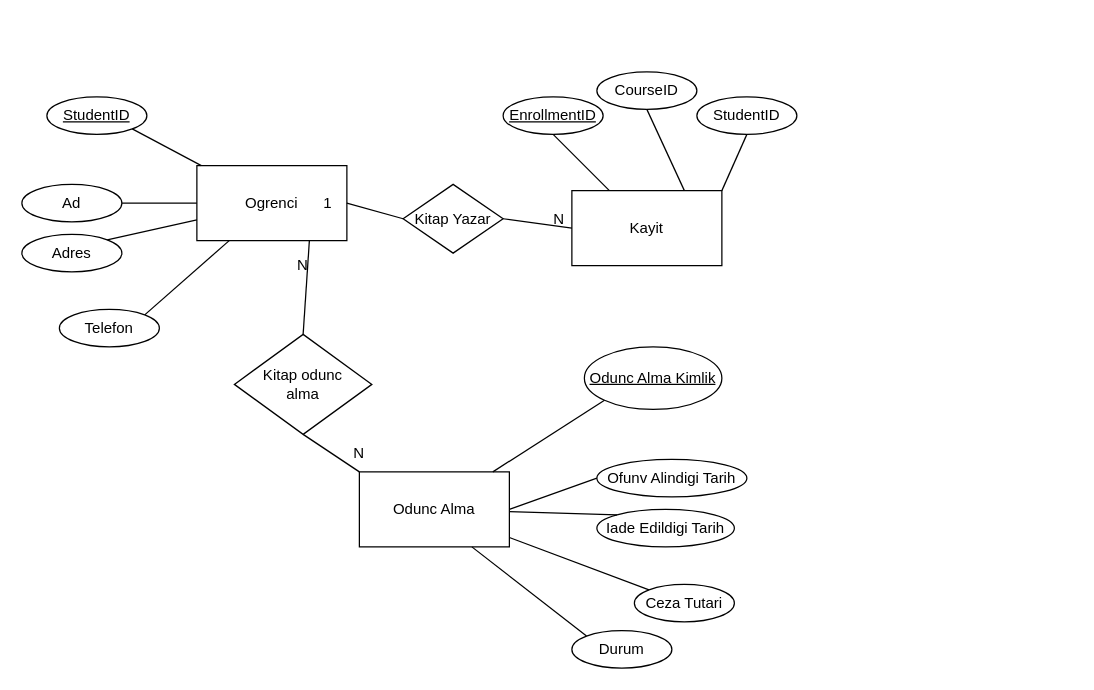
Earlier version of the draw.io diagram LapWeek5/Soru2.drawio (MOHAMMEDALMASHHOR/Yazilim_Tasarim_ve_Mimarisi). Source tidied: cells renumbered, new cells numbered last; positions are measured from the earlier drawing's top-left corner, leaving out a move shared by most shapes. Both pictures are drawn from the tidied source at 125%, with x=0, y=0 at pixel (21, 71).
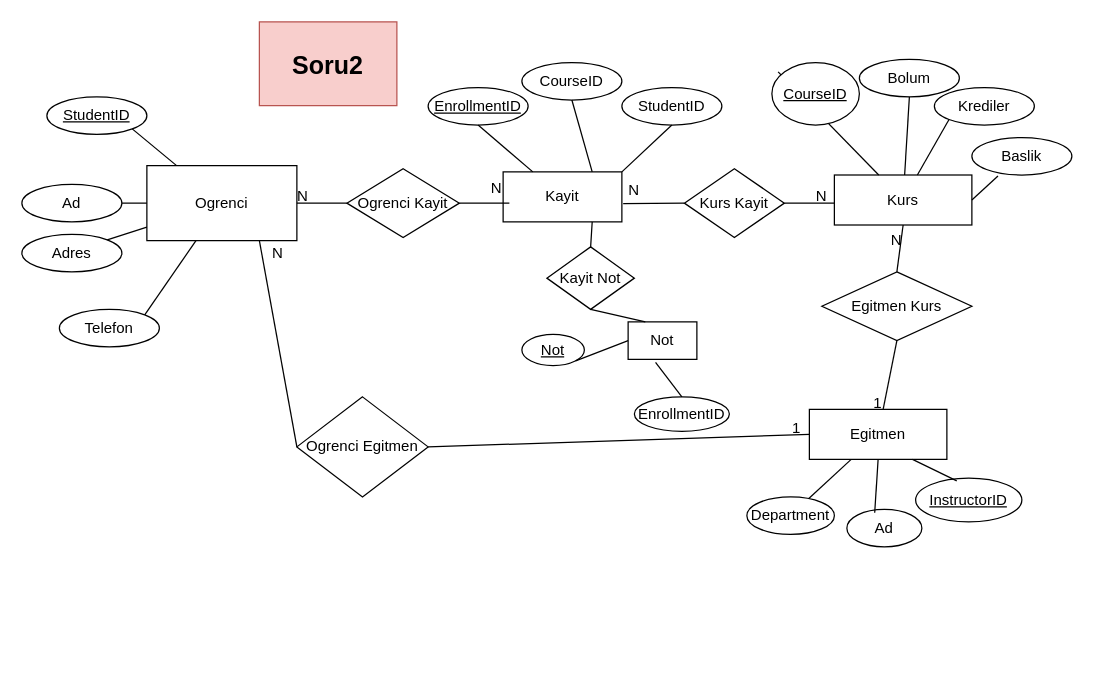
After the change.

What changed in the source:
```diff
@@
     <mxCell id="2" value="&lt;u&gt;EnrollmentID&lt;/u&gt;" style="ellipse;whiteSpace=wrap;html=1;" parent="1" vertex="1">
-      <mxGeometry x="385" y="20" width="80" height="30" as="geometry" />
+      <mxGeometry x="325" y="12.5" width="80" height="30" as="geometry" />
     </mxCell>
     <mxCell id="3" value="Ogrenci" style="rounded=0;whiteSpace=wrap;html=1;" parent="1" vertex="1">
-      <mxGeometry x="140" y="75" width="120" height="60" as="geometry" />
+      <mxGeometry x="100" y="75" width="120" height="60" as="geometry" />
     </mxCell>
     <mxCell id="4" value="Kayit" style="rounded=0;whiteSpace=wrap;html=1;" parent="1" vertex="1">
-      <mxGeometry x="440" y="95" width="120" height="60" as="geometry" />
+      <mxGeometry x="385" y="80" width="95" height="40" as="geometry" />
     </mxCell>
@@
     <mxCell id="9" value="CourseID" style="ellipse;whiteSpace=wrap;html=1;" parent="1" vertex="1">
-      <mxGeometry x="460" width="80" height="30" as="geometry" />
+      <mxGeometry x="400" y="-7.5" width="80" height="30" as="geometry" />
     </mxCell>
@@
-    <mxCell id="14" value="Odunc Alma" style="rounded=0;whiteSpace=wrap;html=1;flipV=1;flipH=1;" parent="1" vertex="1">
-      <mxGeometry x="270" y="320" width="120" height="60" as="geometry" />
+    <mxCell id="14" value="Kurs" style="rounded=0;whiteSpace=wrap;html=1;flipV=1;flipH=1;" parent="1" vertex="1">
+      <mxGeometry x="650" y="82.5" width="110" height="40" as="geometry" />
     </mxCell>
-    <mxCell id="15" value="Iade Edildigi Tarih" style="ellipse;whiteSpace=wrap;html=1;flipV=1;flipH=1;" parent="1" vertex="1">
-      <mxGeometry x="460" y="350" width="110" height="30" as="geometry" />
+    <mxCell id="15" value="Bolum" style="ellipse;whiteSpace=wrap;html=1;flipV=1;flipH=1;" parent="1" vertex="1">
+      <mxGeometry x="670" y="-10" width="80" height="30" as="geometry" />
     </mxCell>
-    <mxCell id="16" value="Ofunv Alindigi Tarih" style="ellipse;whiteSpace=wrap;html=1;flipV=1;flipH=1;" parent="1" vertex="1">
-      <mxGeometry x="460" y="310" width="120" height="30" as="geometry" />
+    <mxCell id="16" value="Baslik" style="ellipse;whiteSpace=wrap;html=1;flipV=1;flipH=1;" parent="1" vertex="1">
+      <mxGeometry x="760" y="52.5" width="80" height="30" as="geometry" />
     </mxCell>
-    <mxCell id="17" value="&lt;u&gt;Odunc Alma Kimlik&lt;/u&gt;" style="ellipse;whiteSpace=wrap;html=1;flipV=1;flipH=1;" parent="1" vertex="1">
-      <mxGeometry x="450" y="220" width="110" height="50" as="geometry" />
-    </mxCell>
-    <mxCell id="18" value="Ceza Tutari" style="ellipse;whiteSpace=wrap;html=1;flipV=1;flipH=1;" parent="1" vertex="1">
-      <mxGeometry x="490" y="410" width="80" height="30" as="geometry" />
+    <mxCell id="18" value="Krediler" style="ellipse;whiteSpace=wrap;html=1;flipV=1;flipH=1;" parent="1" vertex="1">
+      <mxGeometry x="730" y="12.5" width="80" height="30" as="geometry" />
     </mxCell>
-    <mxCell id="19" style="endArrow=none;html=1;rounded=0;entryX=0;entryY=1;entryDx=0;entryDy=0;" parent="1" edge="1" source="14" target="17">
-      <mxGeometry relative="1" as="geometry" />
+    <mxCell id="19" style="endArrow=none;html=1;rounded=0;entryX=0.5;entryY=1;entryDx=0;entryDy=0;" parent="1" edge="1" source="14">
+      <mxGeometry relative="1" as="geometry">
+        <mxPoint x="605" as="targetPoint" />
+      </mxGeometry>
     </mxCell>
-    <mxCell id="20" style="endArrow=none;html=1;rounded=0;entryX=1;entryY=0.5;entryDx=0;entryDy=0;exitX=0;exitY=0.5;exitDx=0;exitDy=0;" parent="1" edge="1" source="16" target="14">
+    <mxCell id="20" style="endArrow=none;html=1;rounded=0;entryX=1;entryY=0.5;entryDx=0;entryDy=0;exitX=0.739;exitY=-0.028;exitDx=0;exitDy=0;exitPerimeter=0;" parent="1" edge="1" source="16" target="14">
       <mxGeometry relative="1" as="geometry" />
     </mxCell>
-    <mxCell id="21" style="endArrow=none;html=1;rounded=0;exitX=0;exitY=0;exitDx=0;exitDy=0;" parent="1" edge="1" source="15" target="14">
+    <mxCell id="21" style="endArrow=none;html=1;rounded=0;exitX=0.5;exitY=1;exitDx=0;exitDy=0;" parent="1" edge="1" source="15" target="14">
       <mxGeometry relative="1" as="geometry" />
     </mxCell>
-    <mxCell id="22" style="endArrow=none;html=1;rounded=0;exitX=0;exitY=0;exitDx=0;exitDy=0;" parent="1" edge="1" source="18" target="14">
+    <mxCell id="22" style="endArrow=none;html=1;rounded=0;exitX=0;exitY=1;exitDx=0;exitDy=0;" parent="1" edge="1" source="18" target="14">
       <mxGeometry relative="1" as="geometry" />
     </mxCell>
-    <mxCell id="23" value="Durum" style="ellipse;whiteSpace=wrap;html=1;flipV=1;flipH=1;" parent="1" vertex="1">
-      <mxGeometry x="440" y="447" width="80" height="30" as="geometry" />
-    </mxCell>
-    <mxCell id="24" style="endArrow=none;html=1;rounded=0;exitX=0;exitY=0;exitDx=0;exitDy=0;entryX=0.75;entryY=1;entryDx=0;entryDy=0;" parent="1" edge="1" source="23" target="14">
-      <mxGeometry relative="1" as="geometry" />
-    </mxCell>
@@
-    <mxCell id="27" value="Kitap Yazar" style="rhombus;whiteSpace=wrap;html=1;" parent="1" vertex="1">
-      <mxGeometry x="305" y="90" width="80" height="55" as="geometry" />
+    <mxCell id="27" value="Ogrenci&amp;nbsp;&lt;span style=&quot;background-color: initial;&quot;&gt;Kayit&lt;/span&gt;" style="rhombus;whiteSpace=wrap;html=1;" parent="1" vertex="1">
+      <mxGeometry x="260" y="77.5" width="90" height="55" as="geometry" />
     </mxCell>
@@
-    <mxCell id="29" style="endArrow=none;html=1;rounded=0;entryX=0;entryY=0.5;entryDx=0;entryDy=0;exitX=1;exitY=0.5;exitDx=0;exitDy=0;" parent="1" edge="1" source="27" target="4">
-      <mxGeometry relative="1" as="geometry" />
+    <mxCell id="29" style="endArrow=none;html=1;rounded=0;exitX=1;exitY=0.5;exitDx=0;exitDy=0;" parent="1" edge="1" source="27">
+      <mxGeometry relative="1" as="geometry">
+        <mxPoint x="390" y="105" as="targetPoint" />
+      </mxGeometry>
     </mxCell>
     <mxCell id="30" value="N" style="text;html=1;align=center;verticalAlign=middle;whiteSpace=wrap;rounded=0;" parent="1" vertex="1">
-      <mxGeometry x="420" y="112.5" width="20" height="10" as="geometry" />
+      <mxGeometry x="370" y="87.5" width="20" height="10" as="geometry" />
     </mxCell>
-    <mxCell id="31" value="1" style="text;html=1;align=center;verticalAlign=middle;whiteSpace=wrap;rounded=0;" parent="1" vertex="1">
-      <mxGeometry x="215" y="90" width="60" height="30" as="geometry" />
-    </mxCell>
-    <mxCell id="32" value="Kitap odunc&lt;div&gt;alma&lt;/div&gt;" style="rhombus;whiteSpace=wrap;html=1;" parent="1" vertex="1">
-      <mxGeometry x="170" y="210" width="110" height="80" as="geometry" />
-    </mxCell>
-    <mxCell id="33" style="endArrow=none;html=1;rounded=0;entryX=0.75;entryY=1;entryDx=0;entryDy=0;exitX=0.5;exitY=0;exitDx=0;exitDy=0;" parent="1" edge="1" source="32" target="3">
-      <mxGeometry relative="1" as="geometry" />
-    </mxCell>
-    <mxCell id="34" style="endArrow=none;html=1;rounded=0;entryX=0;entryY=0;entryDx=0;entryDy=0;exitX=0.5;exitY=1;exitDx=0;exitDy=0;" parent="1" edge="1" source="32" target="14">
-      <mxGeometry relative="1" as="geometry" />
-    </mxCell>
     <mxCell id="35" value="N" style="text;html=1;align=center;verticalAlign=middle;whiteSpace=wrap;rounded=0;" parent="1" vertex="1">
-      <mxGeometry x="215" y="150" width="20" height="10" as="geometry" />
+      <mxGeometry x="215" y="95" width="20" height="10" as="geometry" />
     </mxCell>
-    <mxCell id="36" value="N" style="text;html=1;align=center;verticalAlign=middle;whiteSpace=wrap;rounded=0;" parent="1" vertex="1">
-      <mxGeometry x="260" y="300" width="20" height="10" as="geometry" />
-    </mxCell>
     <mxCell id="37" value="StudentID" style="ellipse;whiteSpace=wrap;html=1;" parent="1" vertex="1">
-      <mxGeometry x="540" y="20" width="80" height="30" as="geometry" />
+      <mxGeometry x="480" y="12.5" width="80" height="30" as="geometry" />
     </mxCell>
@@
+    <mxCell id="39" value="Egitmen" style="rounded=0;whiteSpace=wrap;html=1;flipV=1;flipH=1;" parent="1" vertex="1">
+      <mxGeometry x="630" y="270" width="110" height="40" as="geometry" />
+    </mxCell>
+    <mxCell id="40" value="Department" style="ellipse;whiteSpace=wrap;html=1;flipV=1;flipH=1;" parent="1" vertex="1">
+      <mxGeometry x="580" y="340" width="70" height="30" as="geometry" />
+    </mxCell>
+    <mxCell id="41" value="Ad" style="ellipse;whiteSpace=wrap;html=1;flipV=1;flipH=1;" parent="1" vertex="1">
+      <mxGeometry x="660" y="350" width="60" height="30" as="geometry" />
+    </mxCell>
+    <mxCell id="42" value="&lt;u&gt;InstructorID&lt;/u&gt;" style="ellipse;whiteSpace=wrap;html=1;flipV=1;flipH=1;" parent="1" vertex="1">
+      <mxGeometry x="715" y="325" width="85" height="35" as="geometry" />
+    </mxCell>
+    <mxCell id="43" style="endArrow=none;html=1;rounded=0;entryX=0.613;entryY=0.938;entryDx=0;entryDy=0;entryPerimeter=0;exitX=0.75;exitY=1;exitDx=0;exitDy=0;" parent="1" edge="1" source="39" target="42">
+      <mxGeometry relative="1" as="geometry" />
+    </mxCell>
+    <mxCell id="44" style="endArrow=none;html=1;rounded=0;entryX=0.5;entryY=1;entryDx=0;entryDy=0;exitX=0.629;exitY=0.911;exitDx=0;exitDy=0;exitPerimeter=0;" parent="1" edge="1" source="41" target="39">
+      <mxGeometry relative="1" as="geometry" />
+    </mxCell>
+    <mxCell id="45" style="endArrow=none;html=1;rounded=0;" parent="1" edge="1" source="40" target="39">
+      <mxGeometry relative="1" as="geometry" />
+    </mxCell>
+    <mxCell id="46" value="Kurs Kayit" style="rhombus;whiteSpace=wrap;html=1;" parent="1" vertex="1">
+      <mxGeometry x="530" y="77.5" width="80" height="55" as="geometry" />
+    </mxCell>
+    <mxCell id="47" style="endArrow=none;html=1;rounded=0;entryX=0;entryY=0.5;entryDx=0;entryDy=0;exitX=1.011;exitY=0.635;exitDx=0;exitDy=0;exitPerimeter=0;" parent="1" edge="1" source="4" target="46">
+      <mxGeometry relative="1" as="geometry" />
+    </mxCell>
+    <mxCell id="48" style="endArrow=none;html=1;rounded=0;exitX=1;exitY=0.5;exitDx=0;exitDy=0;" parent="1" edge="1" source="46">
+      <mxGeometry relative="1" as="geometry">
+        <mxPoint x="650" y="105" as="targetPoint" />
+      </mxGeometry>
+    </mxCell>
+    <mxCell id="49" value="N" style="text;html=1;align=center;verticalAlign=middle;whiteSpace=wrap;rounded=0;" parent="1" vertex="1">
+      <mxGeometry x="480" y="90" width="20" height="10" as="geometry" />
+    </mxCell>
+    <mxCell id="50" value="N" style="text;html=1;align=center;verticalAlign=middle;whiteSpace=wrap;rounded=0;" parent="1" vertex="1">
+      <mxGeometry x="630" y="95" width="20" height="10" as="geometry" />
+    </mxCell>
+    <mxCell id="51" style="edgeStyle=orthogonalEdgeStyle;rounded=0;orthogonalLoop=1;jettySize=auto;html=1;exitX=0.5;exitY=1;exitDx=0;exitDy=0;" parent="1" edge="1" source="41" target="41">
+      <mxGeometry relative="1" as="geometry" />
+    </mxCell>
+    <mxCell id="52" value="Egitmen Kurs" style="rhombus;whiteSpace=wrap;html=1;" parent="1" vertex="1">
+      <mxGeometry x="640" y="160" width="120" height="55" as="geometry" />
+    </mxCell>
+    <mxCell id="53" style="endArrow=none;html=1;rounded=0;entryX=0.5;entryY=1;entryDx=0;entryDy=0;exitX=0.5;exitY=0;exitDx=0;exitDy=0;" parent="1" edge="1" source="52" target="14">
+      <mxGeometry relative="1" as="geometry" />
+    </mxCell>
+    <mxCell id="54" style="endArrow=none;html=1;rounded=0;entryX=0.5;entryY=1;entryDx=0;entryDy=0;" parent="1" edge="1" source="39" target="52">
+      <mxGeometry relative="1" as="geometry" />
+    </mxCell>
+    <mxCell id="55" value="N" style="text;html=1;align=center;verticalAlign=middle;whiteSpace=wrap;rounded=0;" parent="1" vertex="1">
+      <mxGeometry x="690" y="130" width="20" height="10" as="geometry" />
+    </mxCell>
+    <mxCell id="56" value="1" style="text;html=1;align=center;verticalAlign=middle;whiteSpace=wrap;rounded=0;" parent="1" vertex="1">
+      <mxGeometry x="675" y="260" width="20" height="10" as="geometry" />
+    </mxCell>
+    <mxCell id="57" value="Not" style="rounded=0;whiteSpace=wrap;html=1;" parent="1" vertex="1">
+      <mxGeometry x="485" y="200" width="55" height="30" as="geometry" />
+    </mxCell>
+    <mxCell id="58" value="&lt;u&gt;Not&lt;/u&gt;" style="ellipse;whiteSpace=wrap;html=1;" parent="1" vertex="1">
+      <mxGeometry x="400" y="210" width="50" height="25" as="geometry" />
+    </mxCell>
+    <mxCell id="59" style="endArrow=none;html=1;rounded=0;entryX=1;entryY=1;entryDx=0;entryDy=0;exitX=0;exitY=0.5;exitDx=0;exitDy=0;" parent="1" edge="1" source="57" target="58">
+      <mxGeometry relative="1" as="geometry" />
+    </mxCell>
+    <mxCell id="60" value="EnrollmentID" style="ellipse;whiteSpace=wrap;html=1;" parent="1" vertex="1">
+      <mxGeometry x="490" y="260" width="76" height="27.5" as="geometry" />
+    </mxCell>
+    <mxCell id="61" style="endArrow=none;html=1;rounded=0;entryX=0.5;entryY=0;entryDx=0;entryDy=0;exitX=0.399;exitY=1.077;exitDx=0;exitDy=0;exitPerimeter=0;" parent="1" edge="1" source="57" target="60">
+      <mxGeometry relative="1" as="geometry" />
+    </mxCell>
+    <mxCell id="62" value="Ogrenci Egitmen" style="rhombus;whiteSpace=wrap;html=1;" parent="1" vertex="1">
+      <mxGeometry x="220" y="260" width="105" height="80" as="geometry" />
+    </mxCell>
+    <mxCell id="63" style="endArrow=none;html=1;rounded=0;entryX=0.75;entryY=1;entryDx=0;entryDy=0;exitX=0;exitY=0.5;exitDx=0;exitDy=0;" parent="1" edge="1" source="62" target="3">
+      <mxGeometry relative="1" as="geometry" />
+    </mxCell>
+    <mxCell id="64" style="endArrow=none;html=1;rounded=0;entryX=0;entryY=0.5;entryDx=0;entryDy=0;exitX=1;exitY=0.5;exitDx=0;exitDy=0;" parent="1" edge="1" source="62" target="39">
+      <mxGeometry relative="1" as="geometry" />
+    </mxCell>
+    <mxCell id="65" value="N" style="text;html=1;align=center;verticalAlign=middle;whiteSpace=wrap;rounded=0;" parent="1" vertex="1">
+      <mxGeometry x="195" y="140" width="20" height="10" as="geometry" />
+    </mxCell>
+    <mxCell id="66" value="1" style="text;html=1;align=center;verticalAlign=middle;whiteSpace=wrap;rounded=0;" parent="1" vertex="1">
+      <mxGeometry x="610" y="280" width="20" height="10" as="geometry" />
+    </mxCell>
+    <mxCell id="67" value="Kayit Not" style="rhombus;whiteSpace=wrap;html=1;" parent="1" vertex="1">
+      <mxGeometry x="420" y="140" width="70" height="50" as="geometry" />
+    </mxCell>
+    <mxCell id="68" style="endArrow=none;html=1;rounded=0;entryX=0.75;entryY=1;entryDx=0;entryDy=0;exitX=0.5;exitY=0;exitDx=0;exitDy=0;" parent="1" edge="1" source="67" target="4">
+      <mxGeometry relative="1" as="geometry" />
+    </mxCell>
+    <mxCell id="69" style="endArrow=none;html=1;rounded=0;exitX=0.25;exitY=0;exitDx=0;exitDy=0;entryX=0.5;entryY=1;entryDx=0;entryDy=0;" parent="1" edge="1" source="57" target="67">
+      <mxGeometry relative="1" as="geometry" />
+    </mxCell>
+    <mxCell id="70" value="&lt;u&gt;CourseID&lt;/u&gt;" style="ellipse;whiteSpace=wrap;html=1;flipV=1;flipH=1;" parent="1" vertex="1">
+      <mxGeometry x="600" y="-7.5" width="70" height="50" as="geometry" />
+    </mxCell>
+    <mxCell id="71" value="&lt;b&gt;&lt;font style=&quot;font-size: 20px;&quot;&gt;Soru2&lt;/font&gt;&lt;/b&gt;" style="text;html=1;align=center;verticalAlign=middle;whiteSpace=wrap;rounded=0;fillColor=#f8cecc;strokeColor=#b85450;" parent="1" vertex="1">
+      <mxGeometry x="190" y="-40" width="110" height="67" as="geometry" />
+    </mxCell>
```
